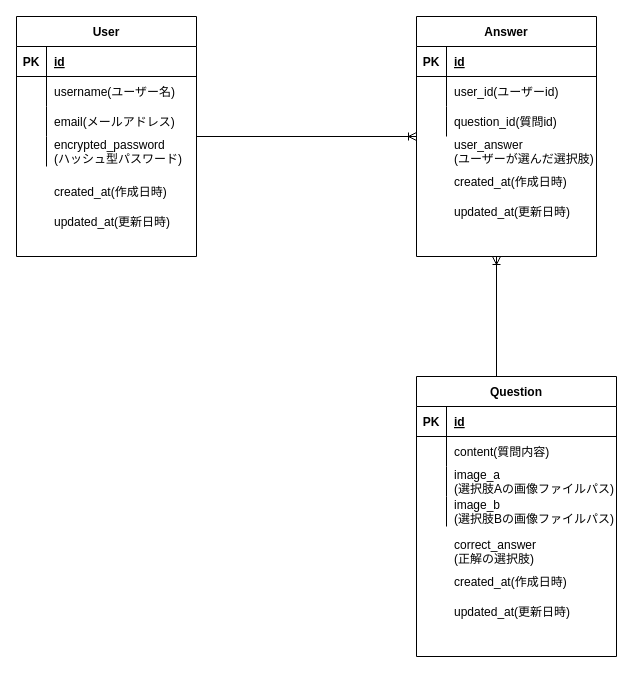
Earlier version of the draw.io diagram ER図(MVPリリース版).drawio (jannah-n/graduation_exam). Source tidied: cells renumbered, new cells numbered last; positions are measured from the earlier drawing's top-left corner, leaving out a move shared by most shapes. Both pictures are drawn from the tidied source at 100%, with x=0, y=0 at pixel (16, 16).
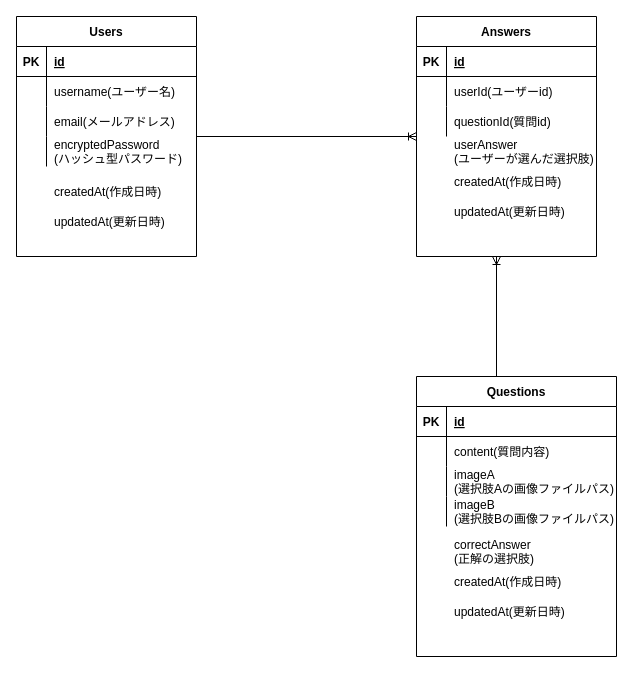
Above is the later version.

Commit message (it also covers changes not shown here):
"ER図(MVPリリース版&本リリース版)のテーブル名を複数形のキャメルケースに統一し変更" "ER図(MVPリリース版&本リリース版)のカラム名をキャメルケースに統一" "README.mdに掲載していたER図(MVPリリース版&本リリース版)の画像を差し替え" "README.mdに掲載していたアプリ利用のイメージ図で余分な画像があった為、削除"

The change refers to these unchanged cells:
```xml
<mxCell id="2" style="group;" parent="1" vertex="1">
  <mxGeometry x="400" width="180" height="240" as="geometry" />
</mxCell>
<mxCell id="7" style="shape=tableRow;horizontal=0;startSize=0;swimlaneHead=0;swimlaneBody=0;fillColor=none;top=0;left=0;right=0;bottom=0;" parent="3" vertex="1">
  <mxGeometry y="60" width="180" height="30" as="geometry" />
</mxCell>
<mxCell id="10" style="shape=tableRow;horizontal=0;startSize=0;swimlaneHead=0;swimlaneBody=0;fillColor=none;top=0;left=0;right=0;bottom=0;" parent="3" vertex="1">
  <mxGeometry y="90" width="180" height="30" as="geometry" />
</mxCell>
<mxCell id="16" style="group;" parent="1" vertex="1">
  <mxGeometry width="180" height="240" as="geometry" />
</mxCell>
<mxCell id="27" style="shape=tableRow;horizontal=0;startSize=0;swimlaneHead=0;swimlaneBody=0;fillColor=none;top=0;left=0;right=0;bottom=0;" parent="17" vertex="1">
  <mxGeometry y="120" width="180" height="30" as="geometry" />
</mxCell>
<mxCell id="32" style="group;" parent="1" vertex="1">
  <mxGeometry x="400" y="360" width="200" height="280" as="geometry" />
</mxCell>
<mxCell id="40" style="shape=tableRow;horizontal=0;startSize=0;swimlaneHead=0;swimlaneBody=0;fillColor=none;top=0;left=0;right=0;bottom=0;" parent="33" vertex="1">
  <mxGeometry y="90" width="200" height="30" as="geometry" />
</mxCell>
<mxCell id="43" style="shape=tableRow;horizontal=0;startSize=0;swimlaneHead=0;swimlaneBody=0;fillColor=none;top=0;left=0;right=0;bottom=0;" parent="33" vertex="1">
  <mxGeometry y="120" width="200" height="30" as="geometry" />
</mxCell>
```

Change to the diagram source:
```diff
@@
-    <mxCell id="3" value="Answer" style="shape=table;startSize=30;childLayout=tableLayout;rowLines=0;fontStyle=1;align=center;" parent="2" vertex="1">
+    <mxCell id="3" value="Answers" style="shape=table;startSize=30;childLayout=tableLayout;rowLines=0;fontStyle=1;align=center;" parent="2" vertex="1">
       <mxGeometry width="180" height="240" as="geometry" />
     </mxCell>
@@
-    <mxCell id="9" value="user_id(ユーザーid)" style="shape=partialRectangle;fillColor=none;top=0;left=0;bottom=0;right=0;align=left;spacingLeft=6;overflow=hidden;" parent="7" vertex="1">
+    <mxCell id="9" value="userId(ユーザーid)" style="shape=partialRectangle;fillColor=none;top=0;left=0;bottom=0;right=0;align=left;spacingLeft=6;overflow=hidden;" parent="7" vertex="1">
       <mxGeometry x="30" width="150" height="30" as="geometry" />
     </mxCell>
@@
-    <mxCell id="12" value="question_id(質問id)" style="shape=partialRectangle;fillColor=none;top=0;left=0;bottom=0;right=0;align=left;spacingLeft=6;overflow=hidden;" parent="10" vertex="1">
+    <mxCell id="12" value="questionId(質問id)" style="shape=partialRectangle;fillColor=none;top=0;left=0;bottom=0;right=0;align=left;spacingLeft=6;overflow=hidden;" parent="10" vertex="1">
       <mxGeometry x="30" width="150" height="30" as="geometry" />
     </mxCell>
-    <mxCell id="13" value="created_at(作成日時)" style="shape=partialRectangle;fillColor=none;top=0;left=0;bottom=0;right=0;align=left;spacingLeft=6;overflow=hidden;" parent="2" vertex="1">
+    <mxCell id="13" value="createdAt(作成日時)" style="shape=partialRectangle;fillColor=none;top=0;left=0;bottom=0;right=0;align=left;spacingLeft=6;overflow=hidden;" parent="2" vertex="1">
       <mxGeometry x="30" y="150" width="150" height="30" as="geometry" />
     </mxCell>
-    <mxCell id="14" value="updated_at(更新日時)" style="shape=partialRectangle;fillColor=none;top=0;left=0;bottom=0;right=0;align=left;spacingLeft=6;overflow=hidden;" parent="2" vertex="1">
+    <mxCell id="14" value="updatedAt(更新日時)" style="shape=partialRectangle;fillColor=none;top=0;left=0;bottom=0;right=0;align=left;spacingLeft=6;overflow=hidden;" parent="2" vertex="1">
       <mxGeometry x="30" y="180" width="150" height="30" as="geometry" />
     </mxCell>
-    <mxCell id="15" value="user_answer&#10;(ユーザーが選んだ選択肢)" style="shape=partialRectangle;fillColor=none;top=0;left=0;bottom=0;right=0;align=left;spacingLeft=6;overflow=hidden;" parent="2" vertex="1">
+    <mxCell id="15" value="userAnswer&#10;(ユーザーが選んだ選択肢)" style="shape=partialRectangle;fillColor=none;top=0;left=0;bottom=0;right=0;align=left;spacingLeft=6;overflow=hidden;" parent="2" vertex="1">
       <mxGeometry x="30" y="120" width="150" height="30" as="geometry" />
     </mxCell>
@@
-    <mxCell id="17" value="User" style="shape=table;startSize=30;childLayout=tableLayout;rowLines=0;fontStyle=1;align=center;" parent="16" vertex="1">
+    <mxCell id="17" value="Users" style="shape=table;startSize=30;childLayout=tableLayout;rowLines=0;fontStyle=1;align=center;" parent="16" vertex="1">
       <mxGeometry width="180" height="240" as="geometry" />
     </mxCell>
@@
-    <mxCell id="29" value="encrypted_password&#10;(ハッシュ型パスワード)" style="shape=partialRectangle;fillColor=none;top=0;left=0;bottom=0;right=0;align=left;spacingLeft=6;overflow=hidden;" parent="27" vertex="1">
+    <mxCell id="29" value="encryptedPassword&#10;(ハッシュ型パスワード)" style="shape=partialRectangle;fillColor=none;top=0;left=0;bottom=0;right=0;align=left;spacingLeft=6;overflow=hidden;" parent="27" vertex="1">
       <mxGeometry x="30" width="150" height="30" as="geometry" />
     </mxCell>
-    <mxCell id="30" value="created_at(作成日時)" style="shape=partialRectangle;fillColor=none;top=0;left=0;bottom=0;right=0;align=left;spacingLeft=6;overflow=hidden;" parent="16" vertex="1">
+    <mxCell id="30" value="createdAt(作成日時)" style="shape=partialRectangle;fillColor=none;top=0;left=0;bottom=0;right=0;align=left;spacingLeft=6;overflow=hidden;" parent="16" vertex="1">
       <mxGeometry x="30" y="160" width="150" height="30" as="geometry" />
     </mxCell>
-    <mxCell id="31" value="updated_at(更新日時)" style="shape=partialRectangle;fillColor=none;top=0;left=0;bottom=0;right=0;align=left;spacingLeft=6;overflow=hidden;" parent="16" vertex="1">
+    <mxCell id="31" value="updatedAt(更新日時)" style="shape=partialRectangle;fillColor=none;top=0;left=0;bottom=0;right=0;align=left;spacingLeft=6;overflow=hidden;" parent="16" vertex="1">
       <mxGeometry x="30" y="190" width="150" height="30" as="geometry" />
     </mxCell>
@@
-    <mxCell id="33" value="Question" style="shape=table;startSize=30;childLayout=tableLayout;rowLines=0;fontStyle=1;align=center;" parent="32" vertex="1">
+    <mxCell id="33" value="Questions" style="shape=table;startSize=30;childLayout=tableLayout;rowLines=0;fontStyle=1;align=center;" parent="32" vertex="1">
       <mxGeometry width="200" height="280" as="geometry" />
     </mxCell>
@@
-    <mxCell id="42" value="image_a&#10;(選択肢Aの画像ファイルパス)" style="shape=partialRectangle;fillColor=none;top=0;left=0;bottom=0;right=0;align=left;spacingLeft=6;overflow=hidden;" parent="40" vertex="1">
+    <mxCell id="42" value="imageA&#10;(選択肢Aの画像ファイルパス)" style="shape=partialRectangle;fillColor=none;top=0;left=0;bottom=0;right=0;align=left;spacingLeft=6;overflow=hidden;" parent="40" vertex="1">
       <mxGeometry x="30" width="170" height="30" as="geometry" />
     </mxCell>
@@
-    <mxCell id="45" value="image_b&#10;(選択肢Bの画像ファイルパス)" style="shape=partialRectangle;fillColor=none;top=0;left=0;bottom=0;right=0;align=left;spacingLeft=6;overflow=hidden;" parent="43" vertex="1">
+    <mxCell id="45" value="imageB&#10;(選択肢Bの画像ファイルパス)" style="shape=partialRectangle;fillColor=none;top=0;left=0;bottom=0;right=0;align=left;spacingLeft=6;overflow=hidden;" parent="43" vertex="1">
       <mxGeometry x="30" width="170" height="30" as="geometry" />
     </mxCell>
-    <mxCell id="46" value="created_at(作成日時)" style="shape=partialRectangle;fillColor=none;top=0;left=0;bottom=0;right=0;align=left;spacingLeft=6;overflow=hidden;" parent="32" vertex="1">
+    <mxCell id="46" value="createdAt(作成日時)" style="shape=partialRectangle;fillColor=none;top=0;left=0;bottom=0;right=0;align=left;spacingLeft=6;overflow=hidden;" parent="32" vertex="1">
       <mxGeometry x="30" y="190" width="170" height="30" as="geometry" />
     </mxCell>
-    <mxCell id="47" value="updated_at(更新日時)" style="shape=partialRectangle;fillColor=none;top=0;left=0;bottom=0;right=0;align=left;spacingLeft=6;overflow=hidden;" parent="32" vertex="1">
+    <mxCell id="47" value="updatedAt(更新日時)" style="shape=partialRectangle;fillColor=none;top=0;left=0;bottom=0;right=0;align=left;spacingLeft=6;overflow=hidden;" parent="32" vertex="1">
       <mxGeometry x="30" y="220" width="170" height="30" as="geometry" />
     </mxCell>
-    <mxCell id="48" value="correct_answer&#10;(正解の選択肢)" style="shape=partialRectangle;fillColor=none;top=0;left=0;bottom=0;right=0;align=left;spacingLeft=6;overflow=hidden;" parent="32" vertex="1">
+    <mxCell id="48" value="correctAnswer&#10;(正解の選択肢)" style="shape=partialRectangle;fillColor=none;top=0;left=0;bottom=0;right=0;align=left;spacingLeft=6;overflow=hidden;" parent="32" vertex="1">
       <mxGeometry x="30" y="160" width="170" height="30" as="geometry" />
     </mxCell>
```
